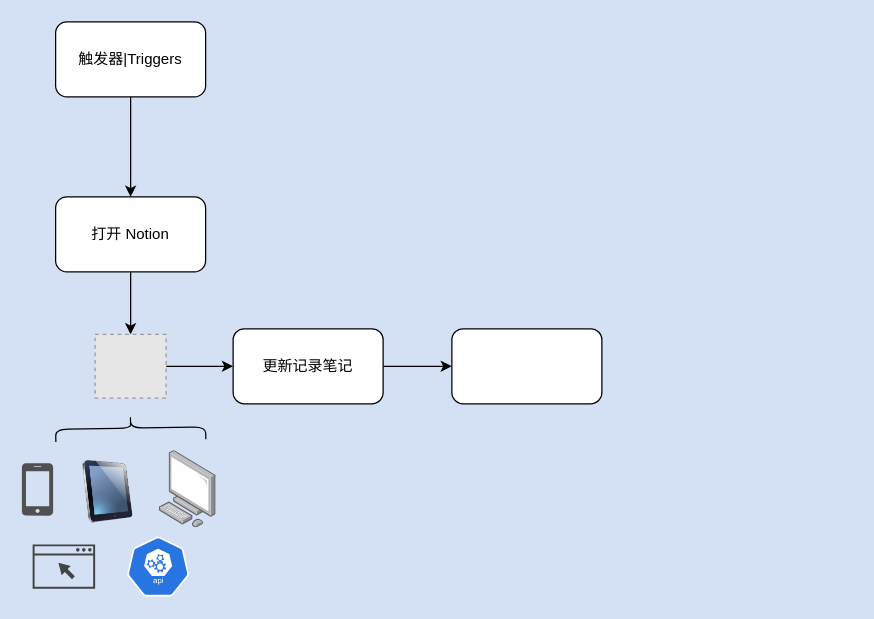
L1nwatch/BiggerThingkingFramework keeps this draw.io diagram as take-notes.drawio. Above is the earlier version. Source tidied: cells renumbered, new cells numbered last; positions are measured from the earlier drawing's top-left corner, leaving out a move shared by most shapes. Both pictures are drawn from the tidied source at 125%, with x=0, y=0 at pixel (21, 21). Pictures stored in the file or linked from it are replaced by grey dashed boxes.
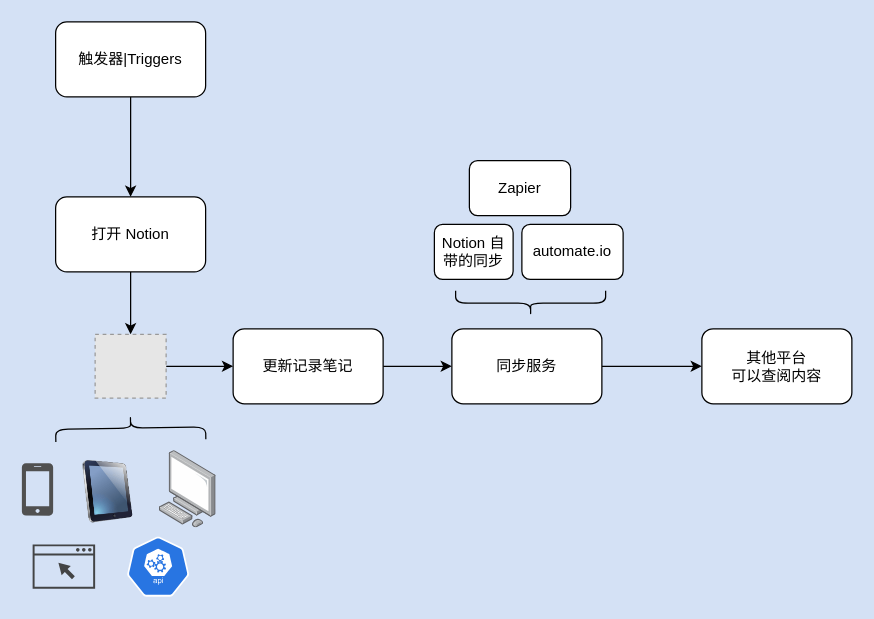
Above is the later version.

Diff of the diagram source:
```diff
@@
+    <mxCell id="17" style="edgeStyle=orthogonalEdgeStyle;rounded=0;jettySize=auto;html=1;" parent="1" edge="1" source="16" target="18">
+      <mxGeometry relative="1" as="geometry" />
+    </mxCell>
-    <mxCell id="16" style="whiteSpace=wrap;html=1;rounded=1;" parent="1" vertex="1">
+    <mxCell id="16" value="同步服务" style="whiteSpace=wrap;html=1;rounded=1;" parent="1" vertex="1">
       <mxGeometry x="344" y="245.5" width="120" height="60" as="geometry" />
     </mxCell>
+    <mxCell id="18" value="其他平台&lt;br&gt;可以查阅内容" style="whiteSpace=wrap;html=1;rounded=1;" parent="1" vertex="1">
+      <mxGeometry x="544" y="245.5" width="120" height="60" as="geometry" />
+    </mxCell>
+    <mxCell id="19" style="shape=curlyBracket;whiteSpace=wrap;html=1;rounded=1;rotation=-90;" parent="1" vertex="1">
+      <mxGeometry x="397" y="165" width="20" height="120" as="geometry" />
+    </mxCell>
+    <mxCell id="20" value="automate.io" style="whiteSpace=wrap;html=1;rounded=1;" parent="1" vertex="1">
+      <mxGeometry x="400" y="162" width="81" height="44" as="geometry" />
+    </mxCell>
+    <mxCell id="21" value="Notion 自带的同步" style="whiteSpace=wrap;html=1;rounded=1;" parent="1" vertex="1">
+      <mxGeometry x="330" y="162" width="63" height="44" as="geometry" />
+    </mxCell>
+    <mxCell id="22" value="Zapier" style="whiteSpace=wrap;html=1;rounded=1;" parent="1" vertex="1">
+      <mxGeometry x="358" y="111" width="81" height="44" as="geometry" />
+    </mxCell>
```
